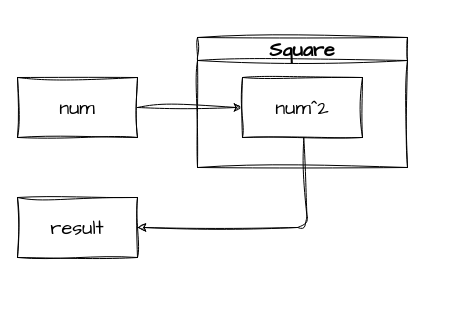
This is preclass_assignment/FunctionDiagram.drawio from DTUWindEducation/p0-intro-team-11, a draw.io file, before an edit. Source tidied: cells renumbered, new cells numbered last; positions are measured from the earlier drawing's top-left corner, leaving out a move shared by most shapes. Both pictures are drawn from the tidied source at 100%, with x=0, y=0 at pixel (17, 37).
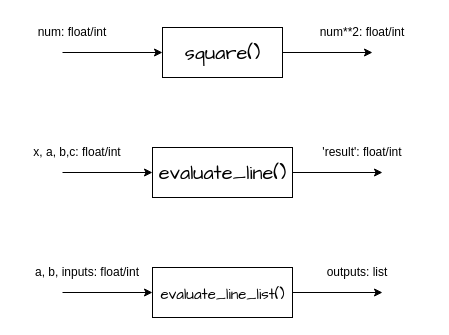
After the change.

Commit message:
update homework (14-Feb-2025)

What changed in the source:
```diff
@@
-    <mxCell id="2" style="edgeStyle=none;sketch=1;hachureGap=4;jiggle=2;curveFitting=1;html=1;exitX=1;exitY=0.5;exitDx=0;exitDy=0;entryX=0;entryY=0.5;entryDx=0;entryDy=0;fontFamily=Architects Daughter;fontSize=16;" parent="1" edge="1" source="3" target="5">
-      <mxGeometry relative="1" as="geometry" />
-    </mxCell>
-    <mxCell id="3" value="num" style="rounded=0;whiteSpace=wrap;html=1;sketch=1;hachureGap=4;jiggle=2;curveFitting=1;fontFamily=Architects Daughter;fontSize=20;" parent="1" vertex="1">
-      <mxGeometry y="40" width="120" height="60" as="geometry" />
-    </mxCell>
-    <mxCell id="4" value="Square" style="swimlane;whiteSpace=wrap;html=1;sketch=1;hachureGap=4;jiggle=2;curveFitting=1;fontFamily=Architects Daughter;fontSize=20;" parent="1" vertex="1">
-      <mxGeometry x="180" width="210" height="130" as="geometry" />
-    </mxCell>
-    <mxCell id="5" value="num^2" style="rounded=0;whiteSpace=wrap;html=1;sketch=1;hachureGap=4;jiggle=2;curveFitting=1;fontFamily=Architects Daughter;fontSize=20;" parent="4" vertex="1">
-      <mxGeometry x="45" y="40" width="120" height="60" as="geometry" />
-    </mxCell>
-    <mxCell id="6" value="result" style="rounded=0;whiteSpace=wrap;html=1;sketch=1;hachureGap=4;jiggle=2;curveFitting=1;fontFamily=Architects Daughter;fontSize=20;" parent="1" vertex="1">
-      <mxGeometry y="160" width="120" height="60" as="geometry" />
-    </mxCell>
+    <mxCell id="8" style="edgeStyle=none;hachureGap=4;html=1;exitX=0;exitY=0.5;exitDx=0;exitDy=0;fontFamily=Architects Daughter;fontSize=16;startArrow=classic;startFill=1;endArrow=none;endFill=0;rounded=0;" parent="1" edge="1" source="7">
+      <mxGeometry relative="1" as="geometry">
+        <mxPoint x="45" y="15" as="targetPoint" />
+      </mxGeometry>
+    </mxCell>
+    <mxCell id="9" style="edgeStyle=none;html=1;" parent="1" edge="1" source="7">
+      <mxGeometry relative="1" as="geometry">
+        <mxPoint x="355" y="15" as="targetPoint" />
+      </mxGeometry>
+    </mxCell>
-    <mxCell id="7" style="edgeStyle=none;sketch=1;hachureGap=4;jiggle=2;curveFitting=1;html=1;entryX=1;entryY=0.5;entryDx=0;entryDy=0;fontFamily=Architects Daughter;fontSize=16;" parent="1" edge="1" source="5" target="6">
-      <mxGeometry relative="1" as="geometry">
-        <Array as="points">
-          <mxPoint x="290" y="190" />
-        </Array>
-      </mxGeometry>
+    <mxCell id="7" value="square()" style="html=1;dashed=0;whitespace=wrap;hachureGap=4;fontFamily=Architects Daughter;fontSize=20;rounded=0;" parent="1" vertex="1">
+      <mxGeometry x="145" y="-10" width="120" height="50" as="geometry" />
     </mxCell>
+    <mxCell id="10" value="num: float/int" style="text;html=1;strokeColor=none;fillColor=none;align=center;verticalAlign=middle;whiteSpace=wrap;rounded=0;" parent="1" vertex="1">
+      <mxGeometry x="15" y="-20" width="80" height="30" as="geometry" />
+    </mxCell>
+    <mxCell id="11" value="num**2: float/int" style="text;html=1;strokeColor=none;fillColor=none;align=center;verticalAlign=middle;whiteSpace=wrap;rounded=0;" parent="1" vertex="1">
+      <mxGeometry x="295" y="-20" width="100" height="30" as="geometry" />
+    </mxCell>
+    <mxCell id="12" style="edgeStyle=none;hachureGap=4;html=1;exitX=0;exitY=0.5;exitDx=0;exitDy=0;fontFamily=Architects Daughter;fontSize=16;startArrow=classic;startFill=1;endArrow=none;endFill=0;rounded=0;" parent="1" edge="1" source="14">
+      <mxGeometry relative="1" as="geometry">
+        <mxPoint x="45" y="135" as="targetPoint" />
+      </mxGeometry>
+    </mxCell>
+    <mxCell id="13" style="edgeStyle=none;html=1;exitX=1;exitY=0.5;exitDx=0;exitDy=0;" parent="1" edge="1" source="14">
+      <mxGeometry relative="1" as="geometry">
+        <mxPoint x="365" y="135" as="targetPoint" />
+      </mxGeometry>
+    </mxCell>
+    <mxCell id="14" value="evaluate_line()" style="html=1;dashed=0;whitespace=wrap;hachureGap=4;fontFamily=Architects Daughter;fontSize=20;rounded=0;" parent="1" vertex="1">
+      <mxGeometry x="135" y="110" width="140" height="50" as="geometry" />
+    </mxCell>
+    <mxCell id="15" value="x, a, b,c: float/int" style="text;html=1;strokeColor=none;fillColor=none;align=center;verticalAlign=middle;whiteSpace=wrap;rounded=0;" parent="1" vertex="1">
+      <mxGeometry x="5" y="100" width="110" height="30" as="geometry" />
+    </mxCell>
+    <mxCell id="16" value="'result': float/int" style="text;html=1;strokeColor=none;fillColor=none;align=center;verticalAlign=middle;whiteSpace=wrap;rounded=0;" parent="1" vertex="1">
+      <mxGeometry x="275" y="100" width="140" height="30" as="geometry" />
+    </mxCell>
+    <mxCell id="17" style="edgeStyle=none;hachureGap=4;html=1;exitX=0;exitY=0.5;exitDx=0;exitDy=0;fontFamily=Architects Daughter;fontSize=16;startArrow=classic;startFill=1;endArrow=none;endFill=0;rounded=0;" parent="1" edge="1" source="19">
+      <mxGeometry relative="1" as="geometry">
+        <mxPoint x="45" y="255" as="targetPoint" />
+      </mxGeometry>
+    </mxCell>
+    <mxCell id="18" style="edgeStyle=none;html=1;exitX=1;exitY=0.5;exitDx=0;exitDy=0;" parent="1" edge="1" source="19">
+      <mxGeometry relative="1" as="geometry">
+        <mxPoint x="365" y="255" as="targetPoint" />
+      </mxGeometry>
+    </mxCell>
+    <mxCell id="19" value="&lt;font style=&quot;font-size: 15px;&quot;&gt;evaluate_line_list()&lt;/font&gt;" style="html=1;dashed=0;whitespace=wrap;hachureGap=4;fontFamily=Architects Daughter;fontSize=20;rounded=0;" parent="1" vertex="1">
+      <mxGeometry x="135" y="230" width="140" height="50" as="geometry" />
+    </mxCell>
+    <mxCell id="20" value="a, b, inputs: float/int" style="text;html=1;strokeColor=none;fillColor=none;align=center;verticalAlign=middle;whiteSpace=wrap;rounded=0;" parent="1" vertex="1">
+      <mxGeometry x="15" y="220" width="110" height="30" as="geometry" />
+    </mxCell>
+    <mxCell id="21" value="outputs: list" style="text;html=1;strokeColor=none;fillColor=none;align=center;verticalAlign=middle;whiteSpace=wrap;rounded=0;" parent="1" vertex="1">
+      <mxGeometry x="270" y="220" width="140" height="30" as="geometry" />
+    </mxCell>
```
